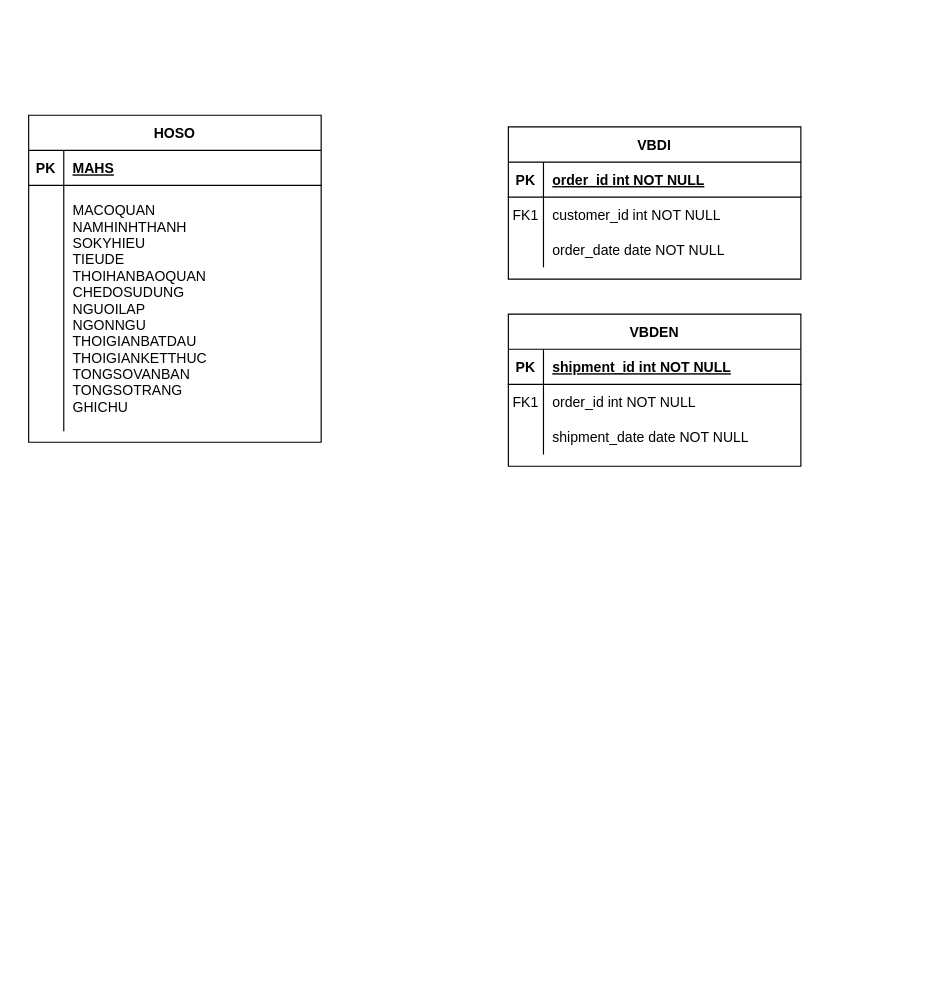
Before: Biểu đồ không có tiêu đề.drawio in giangz0009/CSDL_Chapter-2-RBTV, a draw.io diagram. Source tidied: cells renumbered, new cells numbered last; positions are measured from the earlier drawing's top-left corner, leaving out a move shared by most shapes. Both pictures are drawn from the tidied source at 117%, with x=0, y=0 at pixel (28, 115).
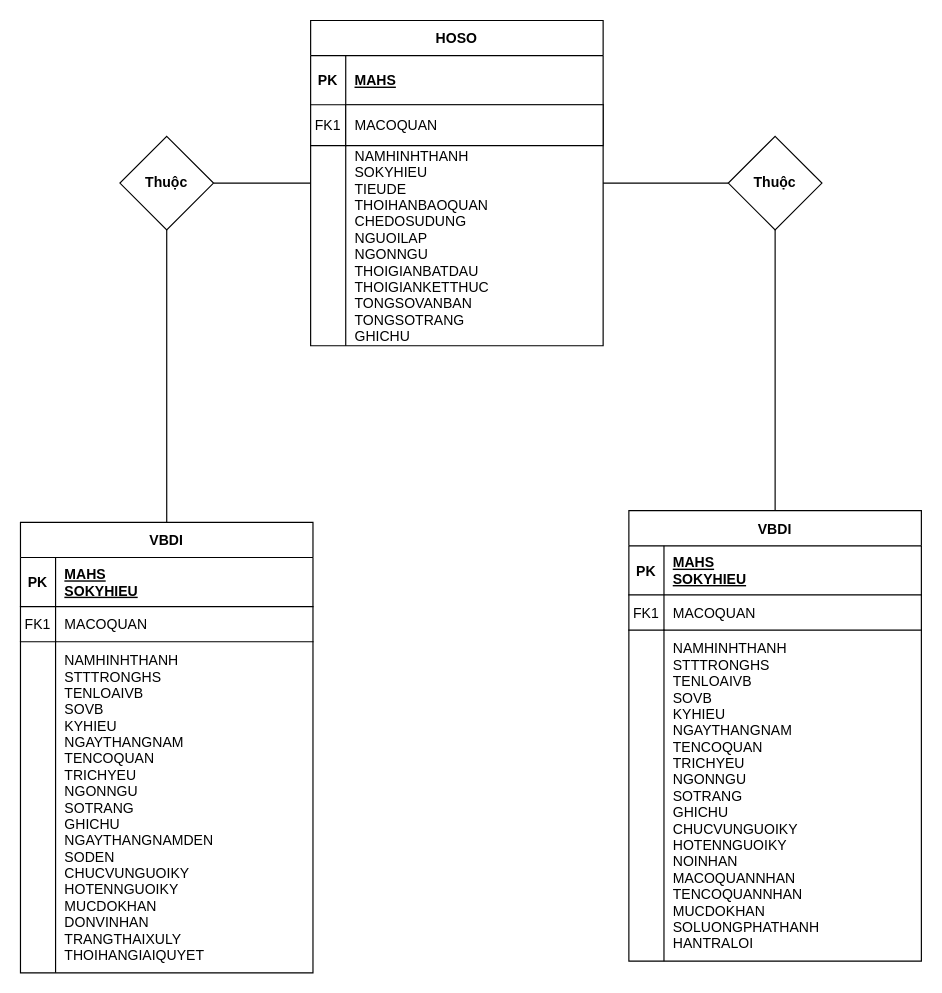
The same page after the edit.

Commit message:
Cập nhật Biểu đồ không có tiêu đề.drawio

Change to the diagram source:
```diff
@@
     <mxCell id="2" value="VBDI" style="shape=table;startSize=30;childLayout=tableLayout;rowLines=0;fontStyle=1;align=center;" parent="1" vertex="1">
-      <mxGeometry x="410" y="10" width="250" height="130" as="geometry" />
+      <mxGeometry x="513" y="338" width="250" height="385" as="geometry" />
     </mxCell>
     <mxCell id="3" style="shape=partialRectangle;fillColor=none;top=0;left=0;right=0;bottom=1;" parent="2" vertex="1">
-      <mxGeometry y="30" width="250" height="30" as="geometry" />
+      <mxGeometry y="30" width="250" height="42" as="geometry" />
     </mxCell>
     <mxCell id="4" value="PK" style="shape=partialRectangle;overflow=hidden;fillColor=none;top=0;left=0;bottom=0;right=0;fontStyle=1;" parent="3" vertex="1">
-      <mxGeometry width="30" height="30" as="geometry" />
+      <mxGeometry width="30" height="42" as="geometry" />
     </mxCell>
-    <mxCell id="5" value="order_id int NOT NULL " style="shape=partialRectangle;overflow=hidden;fillColor=none;top=0;left=0;bottom=0;right=0;align=left;spacingLeft=6;fontStyle=5;" parent="3" vertex="1">
-      <mxGeometry x="30" width="220" height="30" as="geometry" />
+    <mxCell id="5" value="MAHS&#10;SOKYHIEU" style="shape=partialRectangle;overflow=hidden;fillColor=none;top=0;left=0;bottom=0;right=0;align=left;spacingLeft=6;fontStyle=5;" parent="3" vertex="1">
+      <mxGeometry x="30" width="220" height="42" as="geometry" />
     </mxCell>
     <mxCell id="6" style="shape=partialRectangle;fillColor=none;top=0;left=0;right=0;bottom=0;" parent="2" vertex="1">
-      <mxGeometry y="60" width="250" height="30" as="geometry" />
+      <mxGeometry y="72" width="250" height="30" as="geometry" />
     </mxCell>
-    <mxCell id="7" value="FK1" style="shape=partialRectangle;overflow=hidden;fillColor=none;top=0;left=0;bottom=0;right=0;" parent="6" vertex="1">
+    <mxCell id="7" value="FK1" style="shape=partialRectangle;overflow=hidden;fillColor=none;top=0;left=0;bottom=1;right=0;" parent="6" vertex="1">
       <mxGeometry width="30" height="30" as="geometry" />
     </mxCell>
-    <mxCell id="8" value="customer_id int NOT NULL" style="shape=partialRectangle;overflow=hidden;fillColor=none;top=0;left=0;bottom=0;right=0;align=left;spacingLeft=6;" parent="6" vertex="1">
+    <mxCell id="8" value="MACOQUAN" style="shape=partialRectangle;overflow=hidden;fillColor=none;top=0;left=0;bottom=1;right=0;align=left;spacingLeft=6;" parent="6" vertex="1">
       <mxGeometry x="30" width="220" height="30" as="geometry" />
     </mxCell>
     <mxCell id="9" style="shape=partialRectangle;fillColor=none;top=0;left=0;right=0;bottom=0;" parent="2" vertex="1">
-      <mxGeometry y="90" width="250" height="30" as="geometry" />
+      <mxGeometry y="102" width="250" height="283" as="geometry" />
     </mxCell>
     <mxCell id="10" style="shape=partialRectangle;overflow=hidden;fillColor=none;top=0;left=0;bottom=0;right=0;" parent="9" vertex="1">
-      <mxGeometry width="30" height="30" as="geometry" />
+      <mxGeometry width="30" height="283" as="geometry" />
     </mxCell>
-    <mxCell id="11" value="order_date date NOT NULL" style="shape=partialRectangle;overflow=hidden;fillColor=none;top=0;left=0;bottom=0;right=0;align=left;spacingLeft=6;" parent="9" vertex="1">
-      <mxGeometry x="30" width="220" height="30" as="geometry" />
+    <mxCell id="11" value="NAMHINHTHANH&#10;STTTRONGHS&#10;TENLOAIVB&#10;SOVB&#10;KYHIEU&#10;NGAYTHANGNAM&#10;TENCOQUAN&#10;TRICHYEU&#10;NGONNGU&#10;SOTRANG&#10;GHICHU&#10;CHUCVUNGUOIKY&#10;HOTENNGUOIKY&#10;NOINHAN&#10;MACOQUANNHAN&#10;TENCOQUANNHAN&#10;MUCDOKHAN&#10;SOLUONGPHATHANH&#10;HANTRALOI" style="shape=partialRectangle;overflow=hidden;fillColor=none;top=0;left=0;bottom=0;right=0;align=left;spacingLeft=6;" parent="9" vertex="1">
+      <mxGeometry x="30" width="220" height="283" as="geometry" />
     </mxCell>
-    <mxCell id="12" value="VBDEN" style="shape=table;startSize=30;childLayout=tableLayout;rowLines=0;fontStyle=1;align=center;" parent="1" vertex="1">
-      <mxGeometry x="410" y="170" width="250" height="130" as="geometry" />
-    </mxCell>
-    <mxCell id="13" style="shape=partialRectangle;fillColor=none;top=0;left=0;right=0;bottom=1;" parent="12" vertex="1">
-      <mxGeometry y="30" width="250" height="30" as="geometry" />
-    </mxCell>
-    <mxCell id="14" value="PK" style="shape=partialRectangle;overflow=hidden;fillColor=none;top=0;left=0;bottom=0;right=0;fontStyle=1;" parent="13" vertex="1">
-      <mxGeometry width="30" height="30" as="geometry" />
-    </mxCell>
-    <mxCell id="15" value="shipment_id int NOT NULL " style="shape=partialRectangle;overflow=hidden;fillColor=none;top=0;left=0;bottom=0;right=0;align=left;spacingLeft=6;fontStyle=5;" parent="13" vertex="1">
-      <mxGeometry x="30" width="220" height="30" as="geometry" />
-    </mxCell>
-    <mxCell id="16" style="shape=partialRectangle;fillColor=none;top=0;left=0;right=0;bottom=0;" parent="12" vertex="1">
-      <mxGeometry y="60" width="250" height="30" as="geometry" />
-    </mxCell>
-    <mxCell id="17" value="FK1" style="shape=partialRectangle;overflow=hidden;fillColor=none;top=0;left=0;bottom=0;right=0;" parent="16" vertex="1">
-      <mxGeometry width="30" height="30" as="geometry" />
-    </mxCell>
-    <mxCell id="18" value="order_id int NOT NULL" style="shape=partialRectangle;overflow=hidden;fillColor=none;top=0;left=0;bottom=0;right=0;align=left;spacingLeft=6;" parent="16" vertex="1">
-      <mxGeometry x="30" width="220" height="30" as="geometry" />
-    </mxCell>
-    <mxCell id="19" style="shape=partialRectangle;fillColor=none;top=0;left=0;right=0;bottom=0;" parent="12" vertex="1">
-      <mxGeometry y="90" width="250" height="30" as="geometry" />
-    </mxCell>
-    <mxCell id="20" style="shape=partialRectangle;overflow=hidden;fillColor=none;top=0;left=0;bottom=0;right=0;" parent="19" vertex="1">
-      <mxGeometry width="30" height="30" as="geometry" />
-    </mxCell>
-    <mxCell id="21" value="shipment_date date NOT NULL" style="shape=partialRectangle;overflow=hidden;fillColor=none;top=0;left=0;bottom=0;right=0;align=left;spacingLeft=6;" parent="19" vertex="1">
-      <mxGeometry x="30" width="220" height="30" as="geometry" />
-    </mxCell>
+    <mxCell id="29" style="edgeStyle=orthogonalEdgeStyle;rounded=0;jettySize=auto;html=1;curved=1;endArrow=none;endFill=0;" parent="1" edge="1" source="22" target="50">
+      <mxGeometry relative="1" as="geometry" />
+    </mxCell>
+    <mxCell id="30" style="edgeStyle=orthogonalEdgeStyle;rounded=0;jettySize=auto;html=1;endArrow=none;endFill=0;" parent="1" edge="1" source="22" target="52">
+      <mxGeometry relative="1" as="geometry" />
+    </mxCell>
     <mxCell id="22" value="HOSO" style="shape=table;startSize=30;childLayout=tableLayout;rowLines=0;fontStyle=1;align=center;" parent="1" vertex="1">
-      <mxGeometry width="250" height="279.5" as="geometry" />
+      <mxGeometry x="241" y="-81" width="250" height="278" as="geometry" />
     </mxCell>
-    <mxCell id="23" style="shape=partialRectangle;fillColor=none;top=0;left=0;right=0;bottom=1;" parent="22" vertex="1">
-      <mxGeometry y="30" width="250" height="30" as="geometry" />
-    </mxCell>
-    <mxCell id="24" value="PK" style="shape=partialRectangle;overflow=hidden;fillColor=none;top=0;left=0;bottom=0;right=0;fontStyle=1;" parent="23" vertex="1">
-      <mxGeometry width="30" height="30" as="geometry" />
-    </mxCell>
+    <mxCell id="31" style="shape=partialRectangle;fillColor=none;top=0;left=0;right=0;bottom=1;" parent="22" vertex="1">
+      <mxGeometry y="30" width="250" height="42" as="geometry" />
+    </mxCell>
+    <mxCell id="32" value="PK" style="shape=partialRectangle;overflow=hidden;fillColor=none;top=0;left=0;bottom=0;right=0;fontStyle=1;" parent="31" vertex="1">
+      <mxGeometry width="30" height="42" as="geometry" />
+    </mxCell>
-    <mxCell id="25" value="MAHS" style="shape=partialRectangle;overflow=hidden;fillColor=none;top=0;left=0;bottom=0;right=0;align=left;spacingLeft=6;fontStyle=5;" parent="23" vertex="1">
-      <mxGeometry x="30" width="220" height="30" as="geometry" />
+    <mxCell id="25" value="MAHS" style="shape=partialRectangle;overflow=hidden;fillColor=none;top=0;left=0;bottom=0;right=0;align=left;spacingLeft=6;fontStyle=5;" parent="31" vertex="1">
+      <mxGeometry x="30" width="220" height="42" as="geometry" />
     </mxCell>
-    <mxCell id="26" style="shape=partialRectangle;fillColor=none;top=0;left=0;right=0;bottom=0;" parent="22" vertex="1">
-      <mxGeometry y="60" width="250" height="210" as="geometry" />
-    </mxCell>
-    <mxCell id="27" style="shape=partialRectangle;overflow=hidden;fillColor=none;top=0;left=0;bottom=0;right=0;" parent="26" vertex="1">
-      <mxGeometry width="30" height="210" as="geometry" />
-    </mxCell>
-    <mxCell id="28" value="MACOQUAN&#10;NAMHINHTHANH&#10;SOKYHIEU&#10;TIEUDE&#10;THOIHANBAOQUAN&#10;CHEDOSUDUNG&#10;NGUOILAP&#10;NGONNGU&#10;THOIGIANBATDAU&#10;THOIGIANKETTHUC&#10;TONGSOVANBAN&#10;TONGSOTRANG&#10;GHICHU" style="shape=partialRectangle;overflow=hidden;fillColor=none;top=0;left=0;bottom=0;right=0;align=left;spacingLeft=6;" parent="26" vertex="1">
-      <mxGeometry x="30" width="220" height="210" as="geometry" />
-    </mxCell>
+    <mxCell id="33" style="shape=partialRectangle;fillColor=none;top=0;left=0;right=0;bottom=0;shadow=1;" parent="22" vertex="1">
+      <mxGeometry y="72" width="250" height="35" as="geometry" />
+    </mxCell>
+    <mxCell id="34" value="FK1" style="shape=partialRectangle;overflow=hidden;fillColor=none;top=0;left=0;bottom=1;right=0;strokeWidth=1;" parent="33" vertex="1">
+      <mxGeometry width="30" height="35" as="geometry" />
+    </mxCell>
+    <mxCell id="35" value="MACOQUAN" style="shape=partialRectangle;overflow=hidden;top=1;left=1;bottom=1;right=1;align=left;spacingLeft=6;fillColor=default;strokeWidth=1;" parent="33" vertex="1">
+      <mxGeometry x="30" width="220" height="35" as="geometry" />
+    </mxCell>
+    <mxCell id="36" style="shape=partialRectangle;fillColor=none;top=0;left=0;right=0;bottom=0;" parent="22" vertex="1">
+      <mxGeometry y="107" width="250" height="171" as="geometry" />
+    </mxCell>
+    <mxCell id="37" style="shape=partialRectangle;overflow=hidden;fillColor=none;top=0;left=0;bottom=0;right=0;" parent="36" vertex="1">
+      <mxGeometry width="30" height="171" as="geometry" />
+    </mxCell>
+    <mxCell id="38" value="NAMHINHTHANH&#10;SOKYHIEU&#10;TIEUDE&#10;THOIHANBAOQUAN&#10;CHEDOSUDUNG&#10;NGUOILAP&#10;NGONNGU&#10;THOIGIANBATDAU&#10;THOIGIANKETTHUC&#10;TONGSOVANBAN&#10;TONGSOTRANG&#10;GHICHU" style="shape=partialRectangle;overflow=hidden;fillColor=none;top=0;left=0;bottom=0;right=0;align=left;spacingLeft=6;" parent="36" vertex="1">
+      <mxGeometry x="30" width="220" height="171" as="geometry" />
+    </mxCell>
+    <mxCell id="39" style="edgeStyle=orthogonalEdgeStyle;rounded=0;jettySize=auto;html=1;exitX=0.5;exitY=0;exitDx=0;exitDy=0;entryX=0.5;entryY=1;entryDx=0;entryDy=0;endArrow=none;endFill=0;curved=1;" parent="1" edge="1" source="40" target="50">
+      <mxGeometry relative="1" as="geometry" />
+    </mxCell>
+    <mxCell id="40" value="VBDI" style="shape=table;startSize=30;childLayout=tableLayout;rowLines=0;fontStyle=1;align=center;" parent="1" vertex="1">
+      <mxGeometry x="-7" y="348" width="250" height="385" as="geometry" />
+    </mxCell>
+    <mxCell id="41" style="shape=partialRectangle;fillColor=none;top=0;left=0;right=0;bottom=1;" parent="40" vertex="1">
+      <mxGeometry y="30" width="250" height="42" as="geometry" />
+    </mxCell>
+    <mxCell id="42" value="PK" style="shape=partialRectangle;overflow=hidden;fillColor=none;top=0;left=0;bottom=0;right=0;fontStyle=1;" parent="41" vertex="1">
+      <mxGeometry width="30" height="42" as="geometry" />
+    </mxCell>
+    <mxCell id="43" value="MAHS&#10;SOKYHIEU" style="shape=partialRectangle;overflow=hidden;fillColor=none;top=0;left=0;bottom=0;right=0;align=left;spacingLeft=6;fontStyle=5;" parent="41" vertex="1">
+      <mxGeometry x="30" width="220" height="42" as="geometry" />
+    </mxCell>
+    <mxCell id="44" style="shape=partialRectangle;fillColor=none;top=0;left=0;right=0;bottom=0;" parent="40" vertex="1">
+      <mxGeometry y="72" width="250" height="30" as="geometry" />
+    </mxCell>
+    <mxCell id="45" value="FK1" style="shape=partialRectangle;overflow=hidden;fillColor=none;top=0;left=0;bottom=1;right=0;" parent="44" vertex="1">
+      <mxGeometry width="30" height="30" as="geometry" />
+    </mxCell>
+    <mxCell id="46" value="MACOQUAN" style="shape=partialRectangle;overflow=hidden;fillColor=none;top=0;left=0;bottom=1;right=0;align=left;spacingLeft=6;" parent="44" vertex="1">
+      <mxGeometry x="30" width="220" height="30" as="geometry" />
+    </mxCell>
+    <mxCell id="47" style="shape=partialRectangle;fillColor=none;top=0;left=0;right=0;bottom=0;" parent="40" vertex="1">
+      <mxGeometry y="102" width="250" height="283" as="geometry" />
+    </mxCell>
+    <mxCell id="48" style="shape=partialRectangle;overflow=hidden;fillColor=none;top=0;left=0;bottom=0;right=0;" parent="47" vertex="1">
+      <mxGeometry width="30" height="283" as="geometry" />
+    </mxCell>
+    <mxCell id="49" value="NAMHINHTHANH&#10;STTTRONGHS&#10;TENLOAIVB&#10;SOVB&#10;KYHIEU&#10;NGAYTHANGNAM&#10;TENCOQUAN&#10;TRICHYEU&#10;NGONNGU&#10;SOTRANG&#10;GHICHU&#10;NGAYTHANGNAMDEN&#10;SODEN&#10;CHUCVUNGUOIKY&#10;HOTENNGUOIKY&#10;MUCDOKHAN&#10;DONVINHAN&#10;TRANGTHAIXULY&#10;THOIHANGIAIQUYET" style="shape=partialRectangle;overflow=hidden;fillColor=none;top=0;left=0;bottom=0;right=0;align=left;spacingLeft=6;" parent="47" vertex="1">
+      <mxGeometry x="30" width="220" height="283" as="geometry" />
+    </mxCell>
+    <mxCell id="50" value="Thuộc" style="rhombus;whiteSpace=wrap;html=1;startSize=30;fontStyle=1;" parent="1" vertex="1">
+      <mxGeometry x="78" y="18" width="80" height="80" as="geometry" />
+    </mxCell>
+    <mxCell id="51" style="edgeStyle=orthogonalEdgeStyle;rounded=0;jettySize=auto;html=1;endArrow=none;endFill=0;" parent="1" edge="1" source="52" target="2">
+      <mxGeometry relative="1" as="geometry" />
+    </mxCell>
+    <mxCell id="52" value="Thuộc" style="rhombus;whiteSpace=wrap;html=1;startSize=30;fontStyle=1;" parent="1" vertex="1">
+      <mxGeometry x="598" y="18" width="80" height="80" as="geometry" />
+    </mxCell>
```
